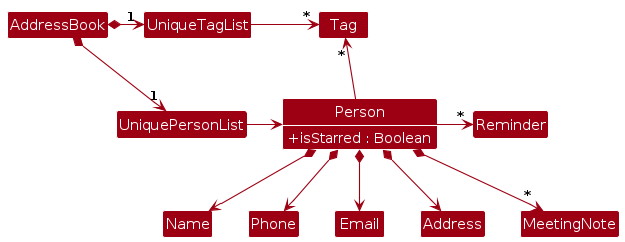
Above: diagrams/BetterModelClassDiagram.png in AY2526S1-CS2103T-F09-1/tp (PlantUML), before the change. Its source is kept beside it as diagrams/BetterModelClassDiagram.puml.
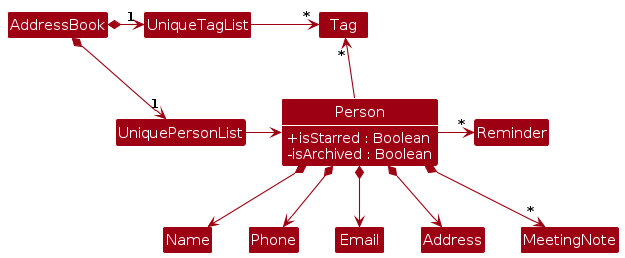
The same diagram one commit later.

What changed in the source:
```diff
@@ -11,6 +11,10 @@
 Class Person {
     +isStarred : Boolean
 }
+
+Class Person {
+    -isArchived : Boolean
+    }
 
 AddressBook *-right-> "1" UniquePersonList
 AddressBook *-right-> "1" UniqueTagList
```
